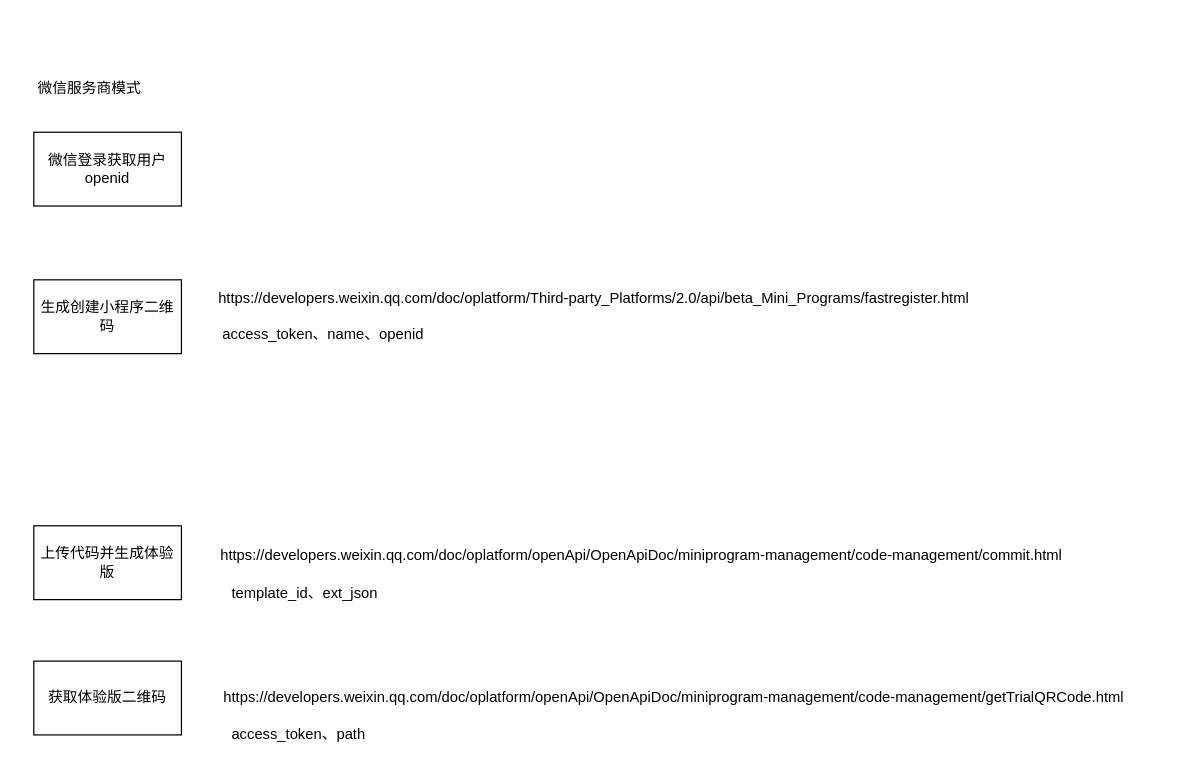
The draw.io diagram page "小程序预览" (15 of 15) of static/ppt.drawio in maoliang2271/bigpipe-demo, before the edit. Source tidied: cells renumbered, new cells numbered last; positions are measured from the earlier drawing's top-left corner, leaving out a move shared by most shapes. Both pictures are drawn from the tidied source at 123%, with x=0, y=0 at pixel (21, 70).
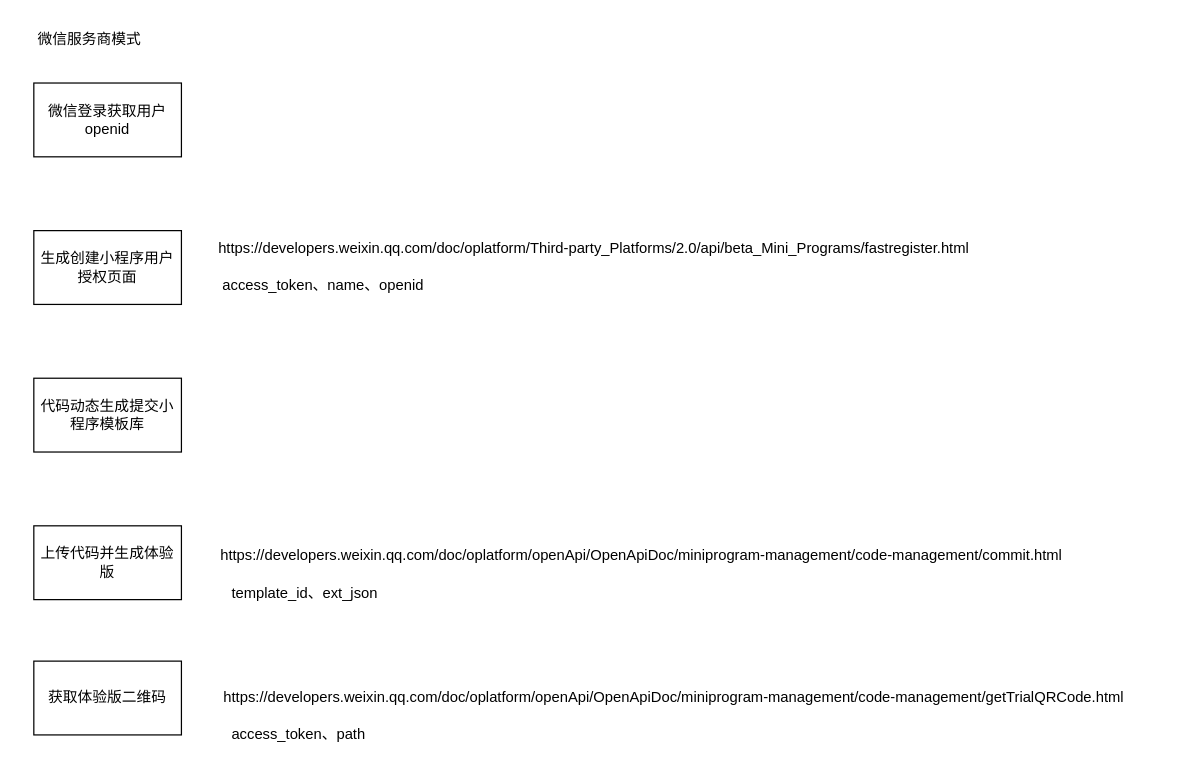
Above is the later version.

Diff of the diagram source:
```diff
@@
 <mxGraphModel>
   <root>
     <mxCell id="0" />
     <mxCell id="1" parent="0" />
     <mxCell id="2" value="微信登录获取用户openid" style="whiteSpace=wrap;html=1;" parent="1" vertex="1">
-      <mxGeometry x="10" y="50" width="120" height="60" as="geometry" />
+      <mxGeometry x="10" y="10" width="120" height="60" as="geometry" />
     </mxCell>
-    <mxCell id="3" value="生成创建小程序二维码" style="whiteSpace=wrap;html=1;" parent="1" vertex="1">
-      <mxGeometry x="10" y="170" width="120" height="60" as="geometry" />
+    <mxCell id="3" value="生成创建小程序用户授权页面" style="whiteSpace=wrap;html=1;" parent="1" vertex="1">
+      <mxGeometry x="10" y="130" width="120" height="60" as="geometry" />
     </mxCell>
     <mxCell id="4" value="上传代码并生成体验版" style="whiteSpace=wrap;html=1;" parent="1" vertex="1">
       <mxGeometry x="10" y="370" width="120" height="60" as="geometry" />
     </mxCell>
     <mxCell id="5" value="https://developers.weixin.qq.com/doc/oplatform/Third-party_Platforms/2.0/api/beta_Mini_Programs/fastregister.html" style="text;html=1;align=center;verticalAlign=middle;strokeColor=none;fillColor=none;" parent="1" vertex="1">
-      <mxGeometry x="150" y="170" width="630" height="30" as="geometry" />
+      <mxGeometry x="150" y="130" width="630" height="30" as="geometry" />
     </mxCell>
     <mxCell id="6" value="https://developers.weixin.qq.com/doc/oplatform/openApi/OpenApiDoc/miniprogram-management/code-management/commit.html" style="text;whiteSpace=wrap;html=1;" parent="1" vertex="1">
       <mxGeometry x="160" y="380" width="780" height="30" as="geometry" />
     </mxCell>
     <mxCell id="7" value="获取体验版二维码" style="whiteSpace=wrap;html=1;" parent="1" vertex="1">
       <mxGeometry x="10" y="480" width="120" height="60" as="geometry" />
     </mxCell>
     <mxCell id="8" value="https://developers.weixin.qq.com/doc/oplatform/openApi/OpenApiDoc/miniprogram-management/code-management/getTrialQRCode.html" style="text;html=1;align=center;verticalAlign=middle;strokeColor=none;fillColor=none;" parent="1" vertex="1">
       <mxGeometry x="150" y="495" width="760" height="30" as="geometry" />
     </mxCell>
     <mxCell id="9" value="access_token、name、openid" style="text;html=1;align=center;verticalAlign=middle;strokeColor=none;fillColor=none;" parent="1" vertex="1">
-      <mxGeometry x="150" y="200" width="190" height="30" as="geometry" />
+      <mxGeometry x="150" y="160" width="190" height="30" as="geometry" />
     </mxCell>
     <mxCell id="10" value="微信服务商模式" style="text;html=1;align=center;verticalAlign=middle;strokeColor=none;fillColor=none;" parent="1" vertex="1">
-      <mxGeometry width="110" height="30" as="geometry" />
+      <mxGeometry y="-40" width="110" height="30" as="geometry" />
     </mxCell>
     <mxCell id="11" value="access_token、path" style="text;html=1;align=center;verticalAlign=middle;strokeColor=none;fillColor=none;" parent="1" vertex="1">
       <mxGeometry x="160" y="525" width="130" height="30" as="geometry" />
     </mxCell>
     <mxCell id="12" value="template_id、ext_json" style="text;html=1;align=center;verticalAlign=middle;strokeColor=none;fillColor=none;" parent="1" vertex="1">
       <mxGeometry x="160" y="410" width="140" height="30" as="geometry" />
     </mxCell>
+    <mxCell id="13" value="代码动态生成提交小程序模板库" style="whiteSpace=wrap;html=1;" parent="1" vertex="1">
+      <mxGeometry x="10" y="250" width="120" height="60" as="geometry" />
+    </mxCell>
   </root>
 </mxGraphModel>
```
